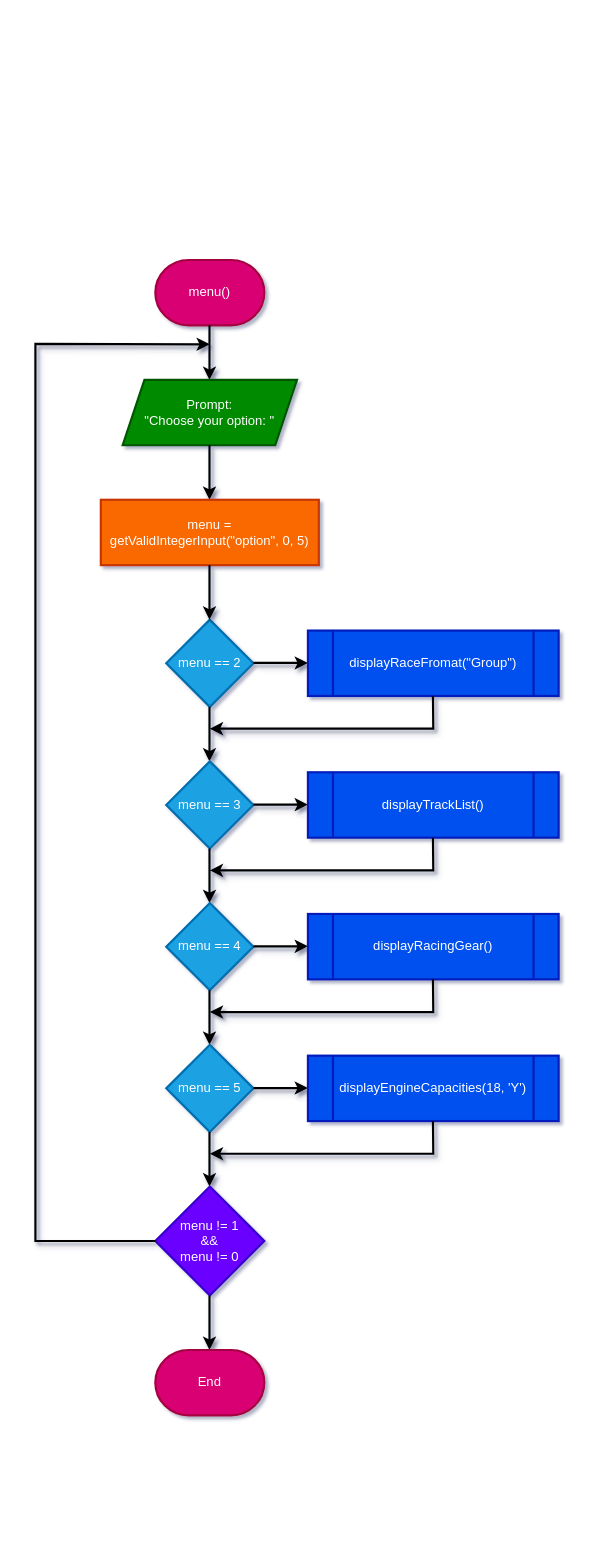
Above: Flowcharts (draw.io)/01. menu.drawio in shahxvi/csc126-group-project (draw.io), before the change. Source tidied: cells renumbered, new cells numbered last; positions are measured from the earlier drawing's top-left corner, leaving out a move shared by most shapes. Both pictures are drawn from the tidied source at 109%, with x=0, y=0 at pixel (35, 259).
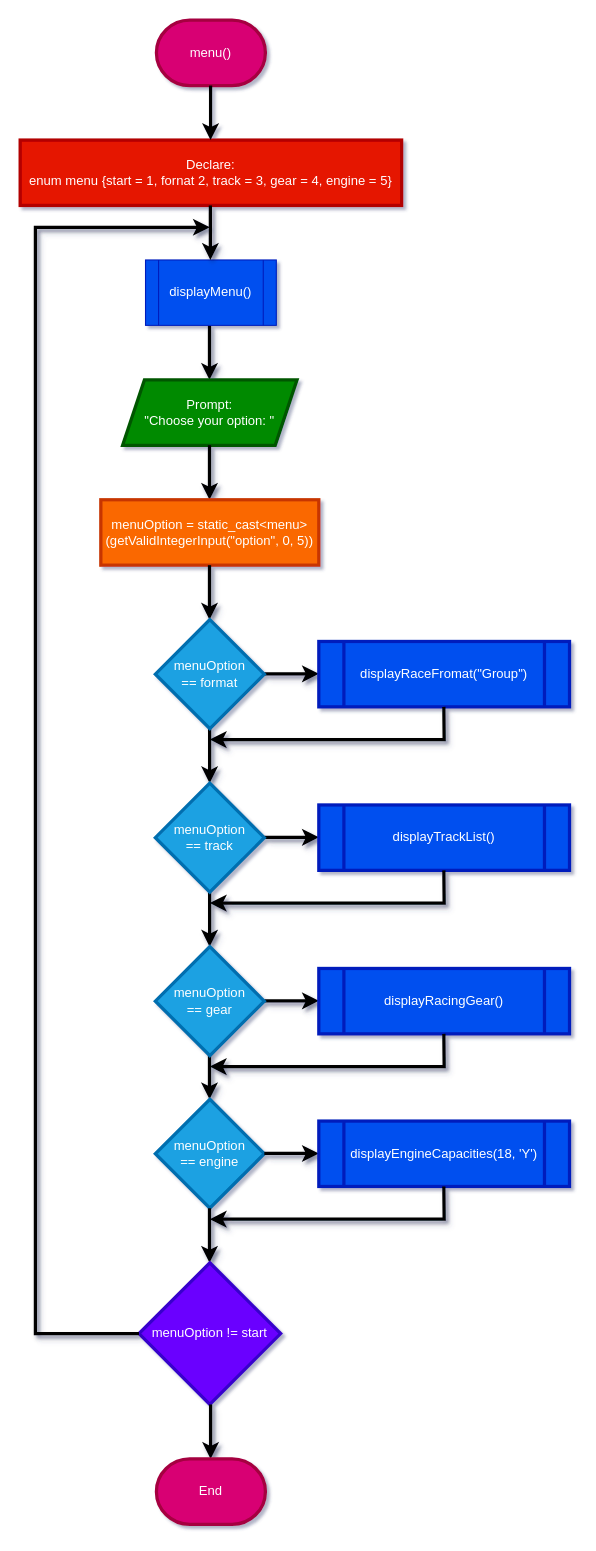
Above is the later version.

What changed in the source:
```diff
@@
-    <mxCell id="2" value="menu()" style="strokeWidth=2;html=1;shape=mxgraph.flowchart.terminator;whiteSpace=wrap;fillColor=#d80073;fontColor=#ffffff;strokeColor=#A50040;" parent="1" vertex="1">
-      <mxGeometry x="110" width="100" height="60" as="geometry" />
+    <mxCell id="2" value="menu()" style="strokeWidth=3;html=1;shape=mxgraph.flowchart.terminator;whiteSpace=wrap;fillColor=#d80073;fontColor=#ffffff;strokeColor=#A50040;" parent="1" vertex="1">
+      <mxGeometry x="111" y="-220" width="100" height="60" as="geometry" />
     </mxCell>
-    <mxCell id="3" style="edgeStyle=none;html=1;strokeWidth=2;shadow=1;textShadow=1;" parent="1" edge="1">
+    <mxCell id="3" style="edgeStyle=none;html=1;strokeWidth=3;shadow=1;textShadow=1;" parent="1" edge="1">
       <mxGeometry relative="1" as="geometry">
         <mxPoint x="159.7" y="60" as="sourcePoint" />
         <mxPoint x="159.7" y="110" as="targetPoint" />
       </mxGeometry>
     </mxCell>
-    <mxCell id="4" value="Prompt:&lt;br&gt;&quot;Choose your option: &quot;" style="shape=parallelogram;perimeter=parallelogramPerimeter;whiteSpace=wrap;html=1;fixedSize=1;strokeWidth=2;fillColor=#008a00;fontColor=#ffffff;strokeColor=#005700;" parent="1" vertex="1">
+    <mxCell id="4" value="Prompt:&lt;br&gt;&quot;Choose your option: &quot;" style="shape=parallelogram;perimeter=parallelogramPerimeter;whiteSpace=wrap;html=1;fixedSize=1;strokeWidth=3;fillColor=#008a00;fontColor=#ffffff;strokeColor=#005700;" parent="1" vertex="1">
       <mxGeometry x="80" y="110" width="160" height="60" as="geometry" />
     </mxCell>
-    <mxCell id="5" style="edgeStyle=none;html=1;strokeWidth=2;shadow=1;textShadow=1;" parent="1" edge="1">
+    <mxCell id="5" style="edgeStyle=none;html=1;strokeWidth=3;shadow=1;textShadow=1;" parent="1" edge="1">
       <mxGeometry relative="1" as="geometry">
         <mxPoint x="159.7" y="170" as="sourcePoint" />
         <mxPoint x="159.7" y="220" as="targetPoint" />
       </mxGeometry>
     </mxCell>
-    <mxCell id="6" value="menu = getValidIntegerInput(&quot;option&quot;, 0, 5)" style="whiteSpace=wrap;html=1;strokeWidth=2;fillColor=#fa6800;fontColor=#FFFFFF;strokeColor=#C73500;" parent="1" vertex="1">
+    <mxCell id="6" value="menuOption = static_cast&amp;lt;menu&amp;gt;&lt;br&gt;(getValidIntegerInput(&quot;option&quot;, 0, 5))" style="whiteSpace=wrap;html=1;strokeWidth=3;fillColor=#fa6800;fontColor=#FFFFFF;strokeColor=#C73500;" parent="1" vertex="1">
       <mxGeometry x="60" y="220" width="200" height="60" as="geometry" />
     </mxCell>
-    <mxCell id="7" value="menu == 2" style="rhombus;whiteSpace=wrap;html=1;strokeWidth=2;fillColor=#1ba1e2;fontColor=#ffffff;strokeColor=#006EAF;" parent="1" vertex="1">
-      <mxGeometry x="120" y="330" width="80" height="80" as="geometry" />
-    </mxCell>
-    <mxCell id="8" style="edgeStyle=none;html=1;strokeWidth=2;shadow=1;textShadow=1;" parent="1" edge="1">
+    <mxCell id="8" style="edgeStyle=none;html=1;strokeWidth=3;shadow=1;textShadow=1;" parent="1" edge="1">
       <mxGeometry relative="1" as="geometry">
         <mxPoint x="159.7" y="280" as="sourcePoint" />
         <mxPoint x="159.7" y="330" as="targetPoint" />
       </mxGeometry>
     </mxCell>
-    <mxCell id="9" style="edgeStyle=none;html=1;strokeWidth=2;shadow=1;textShadow=1;" parent="1" edge="1">
+    <mxCell id="9" style="edgeStyle=none;html=1;strokeWidth=3;shadow=1;textShadow=1;" parent="1" edge="1">
       <mxGeometry relative="1" as="geometry">
-        <mxPoint x="200" y="369.7" as="sourcePoint" />
-        <mxPoint x="250" y="369.7" as="targetPoint" />
+        <mxPoint x="210" y="379.7" as="sourcePoint" />
+        <mxPoint x="260" y="379.7" as="targetPoint" />
       </mxGeometry>
     </mxCell>
-    <mxCell id="10" value="displayRaceFromat(&quot;Group&quot;)" style="shape=process;whiteSpace=wrap;html=1;backgroundOutline=1;strokeWidth=2;fillColor=#0050ef;fontColor=#ffffff;strokeColor=#001DBC;" parent="1" vertex="1">
-      <mxGeometry x="250" y="340" width="230" height="60" as="geometry" />
+    <mxCell id="10" value="displayRaceFromat(&quot;Group&quot;)" style="shape=process;whiteSpace=wrap;html=1;backgroundOutline=1;strokeWidth=3;fillColor=#0050ef;fontColor=#ffffff;strokeColor=#001DBC;" parent="1" vertex="1">
+      <mxGeometry x="260" y="350" width="230" height="60" as="geometry" />
     </mxCell>
-    <mxCell id="11" style="edgeStyle=none;html=1;strokeWidth=2;shadow=1;textShadow=1;" parent="1" edge="1">
+    <mxCell id="11" style="edgeStyle=none;html=1;strokeWidth=3;shadow=1;textShadow=1;" parent="1" edge="1">
       <mxGeometry relative="1" as="geometry">
-        <mxPoint x="159.7" y="410" as="sourcePoint" />
-        <mxPoint x="159.7" y="460" as="targetPoint" />
+        <mxPoint x="159.8" y="430" as="sourcePoint" />
+        <mxPoint x="159.8" y="480" as="targetPoint" />
       </mxGeometry>
     </mxCell>
-    <mxCell id="12" style="edgeStyle=none;html=1;strokeWidth=2;shadow=1;textShadow=1;rounded=0;curved=0;" parent="1" edge="1">
+    <mxCell id="12" style="edgeStyle=none;html=1;strokeWidth=3;shadow=1;textShadow=1;rounded=0;curved=0;" parent="1" edge="1">
       <mxGeometry relative="1" as="geometry">
-        <mxPoint x="364.7" y="400" as="sourcePoint" />
-        <mxPoint x="160" y="430" as="targetPoint" />
+        <mxPoint x="374.7" y="410" as="sourcePoint" />
+        <mxPoint x="160" y="440" as="targetPoint" />
         <Array as="points">
-          <mxPoint x="365" y="430" />
+          <mxPoint x="375" y="440" />
         </Array>
       </mxGeometry>
     </mxCell>
-    <mxCell id="13" value="menu == 3" style="rhombus;whiteSpace=wrap;html=1;strokeWidth=2;fillColor=#1ba1e2;fontColor=#ffffff;strokeColor=#006EAF;" parent="1" vertex="1">
-      <mxGeometry x="120" y="460" width="80" height="80" as="geometry" />
-    </mxCell>
-    <mxCell id="14" style="edgeStyle=none;html=1;strokeWidth=2;shadow=1;textShadow=1;" parent="1" edge="1">
+    <mxCell id="14" style="edgeStyle=none;html=1;strokeWidth=3;shadow=1;textShadow=1;" parent="1" edge="1">
       <mxGeometry relative="1" as="geometry">
-        <mxPoint x="200" y="499.7" as="sourcePoint" />
-        <mxPoint x="250" y="499.7" as="targetPoint" />
+        <mxPoint x="210" y="529.7" as="sourcePoint" />
+        <mxPoint x="260" y="529.7" as="targetPoint" />
       </mxGeometry>
     </mxCell>
-    <mxCell id="15" value="displayTrackList()" style="shape=process;whiteSpace=wrap;html=1;backgroundOutline=1;strokeWidth=2;fillColor=#0050ef;fontColor=#ffffff;strokeColor=#001DBC;" parent="1" vertex="1">
-      <mxGeometry x="250" y="470" width="230" height="60" as="geometry" />
+    <mxCell id="15" value="displayTrackList()" style="shape=process;whiteSpace=wrap;html=1;backgroundOutline=1;strokeWidth=3;fillColor=#0050ef;fontColor=#ffffff;strokeColor=#001DBC;" parent="1" vertex="1">
+      <mxGeometry x="260" y="500" width="230" height="60" as="geometry" />
     </mxCell>
-    <mxCell id="16" style="edgeStyle=none;html=1;strokeWidth=2;shadow=1;textShadow=1;" parent="1" edge="1">
+    <mxCell id="16" style="edgeStyle=none;html=1;strokeWidth=3;shadow=1;textShadow=1;" parent="1" edge="1">
       <mxGeometry relative="1" as="geometry">
-        <mxPoint x="159.7" y="540" as="sourcePoint" />
-        <mxPoint x="159.7" y="590" as="targetPoint" />
+        <mxPoint x="159.8" y="580" as="sourcePoint" />
+        <mxPoint x="159.8" y="630" as="targetPoint" />
       </mxGeometry>
     </mxCell>
-    <mxCell id="17" style="edgeStyle=none;html=1;strokeWidth=2;shadow=1;textShadow=1;rounded=0;curved=0;" parent="1" edge="1">
+    <mxCell id="17" style="edgeStyle=none;html=1;strokeWidth=3;shadow=1;textShadow=1;rounded=0;curved=0;" parent="1" edge="1">
       <mxGeometry relative="1" as="geometry">
-        <mxPoint x="364.7" y="530" as="sourcePoint" />
-        <mxPoint x="160" y="560" as="targetPoint" />
+        <mxPoint x="374.7" y="560" as="sourcePoint" />
+        <mxPoint x="160" y="590" as="targetPoint" />
         <Array as="points">
-          <mxPoint x="365" y="560" />
+          <mxPoint x="375" y="590" />
         </Array>
       </mxGeometry>
     </mxCell>
-    <mxCell id="18" value="menu == 4" style="rhombus;whiteSpace=wrap;html=1;strokeWidth=2;fillColor=#1ba1e2;fontColor=#ffffff;strokeColor=#006EAF;" parent="1" vertex="1">
-      <mxGeometry x="120" y="590" width="80" height="80" as="geometry" />
-    </mxCell>
-    <mxCell id="19" style="edgeStyle=none;html=1;strokeWidth=2;shadow=1;textShadow=1;" parent="1" edge="1">
+    <mxCell id="19" style="edgeStyle=none;html=1;strokeWidth=3;shadow=1;textShadow=1;" parent="1" edge="1">
       <mxGeometry relative="1" as="geometry">
-        <mxPoint x="200" y="629.7" as="sourcePoint" />
-        <mxPoint x="250" y="629.7" as="targetPoint" />
+        <mxPoint x="210" y="679.7" as="sourcePoint" />
+        <mxPoint x="260" y="679.7" as="targetPoint" />
       </mxGeometry>
     </mxCell>
-    <mxCell id="20" value="displayRacingGear()" style="shape=process;whiteSpace=wrap;html=1;backgroundOutline=1;strokeWidth=2;fillColor=#0050ef;fontColor=#ffffff;strokeColor=#001DBC;" parent="1" vertex="1">
-      <mxGeometry x="250" y="600" width="230" height="60" as="geometry" />
+    <mxCell id="20" value="displayRacingGear()" style="shape=process;whiteSpace=wrap;html=1;backgroundOutline=1;strokeWidth=3;fillColor=#0050ef;fontColor=#ffffff;strokeColor=#001DBC;" parent="1" vertex="1">
+      <mxGeometry x="260" y="650" width="230" height="60" as="geometry" />
     </mxCell>
-    <mxCell id="21" style="edgeStyle=none;html=1;strokeWidth=2;shadow=1;textShadow=1;" parent="1" edge="1">
+    <mxCell id="21" style="edgeStyle=none;html=1;strokeWidth=3;shadow=1;textShadow=1;" parent="1" edge="1">
       <mxGeometry relative="1" as="geometry">
-        <mxPoint x="159.7" y="670" as="sourcePoint" />
-        <mxPoint x="159.7" y="720" as="targetPoint" />
+        <mxPoint x="159.7" y="720" as="sourcePoint" />
+        <mxPoint x="159.7" y="770" as="targetPoint" />
       </mxGeometry>
     </mxCell>
-    <mxCell id="22" style="edgeStyle=none;html=1;strokeWidth=2;shadow=1;textShadow=1;rounded=0;curved=0;" parent="1" edge="1">
+    <mxCell id="22" style="edgeStyle=none;html=1;strokeWidth=3;shadow=1;textShadow=1;rounded=0;curved=0;" parent="1" edge="1">
       <mxGeometry relative="1" as="geometry">
-        <mxPoint x="364.7" y="660" as="sourcePoint" />
-        <mxPoint x="160" y="690" as="targetPoint" />
+        <mxPoint x="374.7" y="710" as="sourcePoint" />
+        <mxPoint x="160" y="740" as="targetPoint" />
         <Array as="points">
-          <mxPoint x="365" y="690" />
+          <mxPoint x="375" y="740" />
         </Array>
       </mxGeometry>
     </mxCell>
-    <mxCell id="23" value="menu == 5" style="rhombus;whiteSpace=wrap;html=1;strokeWidth=2;fillColor=#1ba1e2;fontColor=#ffffff;strokeColor=#006EAF;" parent="1" vertex="1">
-      <mxGeometry x="120" y="720" width="80" height="80" as="geometry" />
+    <mxCell id="23" value="menuOption&lt;br&gt;== engine" style="rhombus;whiteSpace=wrap;html=1;strokeWidth=3;fillColor=#1ba1e2;fontColor=#ffffff;strokeColor=#006EAF;" parent="1" vertex="1">
+      <mxGeometry x="110" y="770" width="100" height="100" as="geometry" />
     </mxCell>
-    <mxCell id="24" style="edgeStyle=none;html=1;strokeWidth=2;shadow=1;textShadow=1;" parent="1" edge="1">
+    <mxCell id="24" style="edgeStyle=none;html=1;strokeWidth=3;shadow=1;textShadow=1;" parent="1" edge="1">
       <mxGeometry relative="1" as="geometry">
-        <mxPoint x="200" y="759.7" as="sourcePoint" />
-        <mxPoint x="250" y="759.7" as="targetPoint" />
+        <mxPoint x="210" y="819.7" as="sourcePoint" />
+        <mxPoint x="260" y="819.7" as="targetPoint" />
       </mxGeometry>
     </mxCell>
-    <mxCell id="25" value="displayEngineCapacities(18, 'Y')" style="shape=process;whiteSpace=wrap;html=1;backgroundOutline=1;strokeWidth=2;fillColor=#0050ef;fontColor=#ffffff;strokeColor=#001DBC;" parent="1" vertex="1">
-      <mxGeometry x="250" y="730" width="230" height="60" as="geometry" />
+    <mxCell id="25" value="displayEngineCapacities(18, 'Y')" style="shape=process;whiteSpace=wrap;html=1;backgroundOutline=1;strokeWidth=3;fillColor=#0050ef;fontColor=#ffffff;strokeColor=#001DBC;" parent="1" vertex="1">
+      <mxGeometry x="260" y="790" width="230" height="60" as="geometry" />
     </mxCell>
-    <mxCell id="26" style="edgeStyle=none;html=1;strokeWidth=2;shadow=1;textShadow=1;" parent="1" edge="1">
+    <mxCell id="26" style="edgeStyle=none;html=1;strokeWidth=3;shadow=1;textShadow=1;" parent="1" edge="1">
       <mxGeometry relative="1" as="geometry">
-        <mxPoint x="159.7" y="800" as="sourcePoint" />
-        <mxPoint x="159.7" y="850" as="targetPoint" />
+        <mxPoint x="159.7" y="870" as="sourcePoint" />
+        <mxPoint x="159.7" y="920" as="targetPoint" />
       </mxGeometry>
     </mxCell>
-    <mxCell id="27" style="edgeStyle=none;html=1;strokeWidth=2;shadow=1;textShadow=1;rounded=0;curved=0;" parent="1" edge="1">
+    <mxCell id="27" style="edgeStyle=none;html=1;strokeWidth=3;shadow=1;textShadow=1;rounded=0;curved=0;" parent="1" edge="1">
       <mxGeometry relative="1" as="geometry">
-        <mxPoint x="364.7" y="790" as="sourcePoint" />
-        <mxPoint x="160" y="820" as="targetPoint" />
+        <mxPoint x="374.7" y="850" as="sourcePoint" />
+        <mxPoint x="160" y="880" as="targetPoint" />
         <Array as="points">
-          <mxPoint x="365" y="820" />
+          <mxPoint x="375" y="880" />
         </Array>
       </mxGeometry>
     </mxCell>
-    <mxCell id="28" value="menu != 1&lt;br&gt;&amp;amp;&amp;amp;&lt;br&gt;menu != 0" style="rhombus;whiteSpace=wrap;html=1;strokeWidth=2;fillColor=#6a00ff;fontColor=#ffffff;strokeColor=#3700CC;" parent="1" vertex="1">
-      <mxGeometry x="110" y="850" width="100" height="100" as="geometry" />
+    <mxCell id="28" value="menuOption != start" style="rhombus;whiteSpace=wrap;html=1;strokeWidth=3;fillColor=#6a00ff;fontColor=#ffffff;strokeColor=#3700CC;" parent="1" vertex="1">
+      <mxGeometry x="95" y="920" width="130" height="130" as="geometry" />
     </mxCell>
-    <mxCell id="29" style="edgeStyle=none;html=1;strokeWidth=2;shadow=1;textShadow=1;exitX=0;exitY=0.5;exitDx=0;exitDy=0;rounded=0;curved=0;" parent="1" edge="1" source="28">
+    <mxCell id="29" style="edgeStyle=none;html=1;strokeWidth=3;shadow=1;textShadow=1;exitX=0;exitY=0.5;exitDx=0;exitDy=0;rounded=0;curved=0;" parent="1" edge="1" source="28">
       <mxGeometry relative="1" as="geometry">
-        <mxPoint x="160" y="77.4" as="targetPoint" />
+        <mxPoint x="160" y="-30" as="targetPoint" />
         <Array as="points">
-          <mxPoint y="900" />
-          <mxPoint y="77" />
+          <mxPoint y="985" />
+          <mxPoint y="-30" />
         </Array>
       </mxGeometry>
     </mxCell>
-    <mxCell id="30" style="edgeStyle=none;html=1;strokeWidth=2;shadow=1;textShadow=1;" parent="1" edge="1">
+    <mxCell id="30" style="edgeStyle=none;html=1;strokeWidth=3;shadow=1;textShadow=1;" parent="1" edge="1">
       <mxGeometry relative="1" as="geometry">
-        <mxPoint x="159.7" y="950" as="sourcePoint" />
-        <mxPoint x="159.7" y="1000" as="targetPoint" />
+        <mxPoint x="160.7" y="1050" as="sourcePoint" />
+        <mxPoint x="160.7" y="1100" as="targetPoint" />
       </mxGeometry>
     </mxCell>
-    <mxCell id="31" value="End" style="strokeWidth=2;html=1;shape=mxgraph.flowchart.terminator;whiteSpace=wrap;fillColor=#d80073;fontColor=#ffffff;strokeColor=#A50040;" parent="1" vertex="1">
-      <mxGeometry x="110" y="1000" width="100" height="60" as="geometry" />
+    <mxCell id="31" value="End" style="strokeWidth=3;html=1;shape=mxgraph.flowchart.terminator;whiteSpace=wrap;fillColor=#d80073;fontColor=#ffffff;strokeColor=#A50040;" parent="1" vertex="1">
+      <mxGeometry x="111" y="1100" width="100" height="60" as="geometry" />
     </mxCell>
+    <mxCell id="32" value="Declare:&lt;br&gt;enum menu {start = 1, fornat 2, track = 3, gear = 4, engine = 5}" style="whiteSpace=wrap;html=1;fillColor=#e51400;fontColor=#ffffff;strokeColor=#B20000;strokeWidth=3;" parent="1" vertex="1">
+      <mxGeometry x="-14" y="-110" width="350" height="60" as="geometry" />
+    </mxCell>
+    <mxCell id="33" style="edgeStyle=none;orthogonalLoop=1;jettySize=auto;html=1;strokeWidth=3;" parent="1" edge="1">
+      <mxGeometry relative="1" as="geometry">
+        <mxPoint x="160.7" y="-160" as="sourcePoint" />
+        <mxPoint x="160.7" y="-110" as="targetPoint" />
+      </mxGeometry>
+    </mxCell>
+    <mxCell id="34" value="menuOption&lt;br&gt;== format" style="rhombus;whiteSpace=wrap;html=1;strokeWidth=3;fillColor=#1ba1e2;fontColor=#ffffff;strokeColor=#006EAF;" parent="1" vertex="1">
+      <mxGeometry x="110" y="330" width="100" height="100" as="geometry" />
+    </mxCell>
+    <mxCell id="35" value="menuOption&lt;br&gt;== track" style="rhombus;whiteSpace=wrap;html=1;strokeWidth=3;fillColor=#1ba1e2;fontColor=#ffffff;strokeColor=#006EAF;" parent="1" vertex="1">
+      <mxGeometry x="110" y="480" width="100" height="100" as="geometry" />
+    </mxCell>
+    <mxCell id="36" value="menuOption&lt;br&gt;== gear" style="rhombus;whiteSpace=wrap;html=1;strokeWidth=3;fillColor=#1ba1e2;fontColor=#ffffff;strokeColor=#006EAF;" parent="1" vertex="1">
+      <mxGeometry x="110" y="630" width="100" height="100" as="geometry" />
+    </mxCell>
+    <mxCell id="37" value="displayMenu()" style="shape=process;whiteSpace=wrap;html=1;backgroundOutline=1;fillColor=#0050ef;fontColor=#ffffff;strokeColor=#001DBC;" parent="1" vertex="1">
+      <mxGeometry x="101" width="120" height="60" as="geometry" />
+    </mxCell>
+    <mxCell id="38" style="edgeStyle=none;html=1;strokeWidth=3;shadow=1;textShadow=1;" parent="1" edge="1">
+      <mxGeometry relative="1" as="geometry">
+        <mxPoint x="160.5" y="-50" as="sourcePoint" />
+        <mxPoint x="160.5" as="targetPoint" />
+      </mxGeometry>
+    </mxCell>
```
